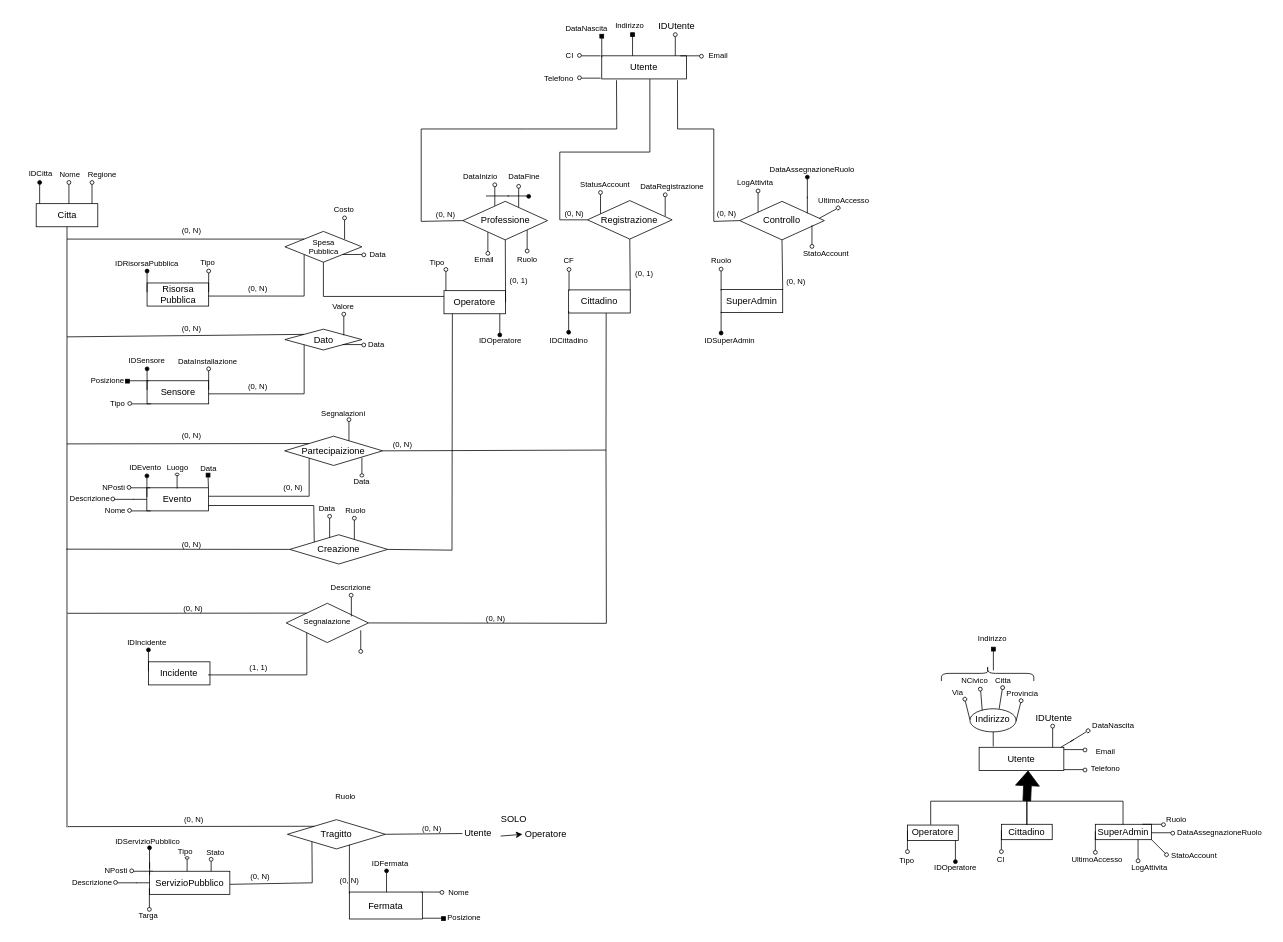
This is Diagramma senza titolo.drawio from mattebest045/UrbanBrain, a draw.io file, before an edit. Source tidied: cells renumbered, new cells numbered last; positions are measured from the earlier drawing's top-left corner, leaving out a move shared by most shapes. Both pictures are drawn from the tidied source at 77%, with x=0, y=0 at pixel (13, 13).
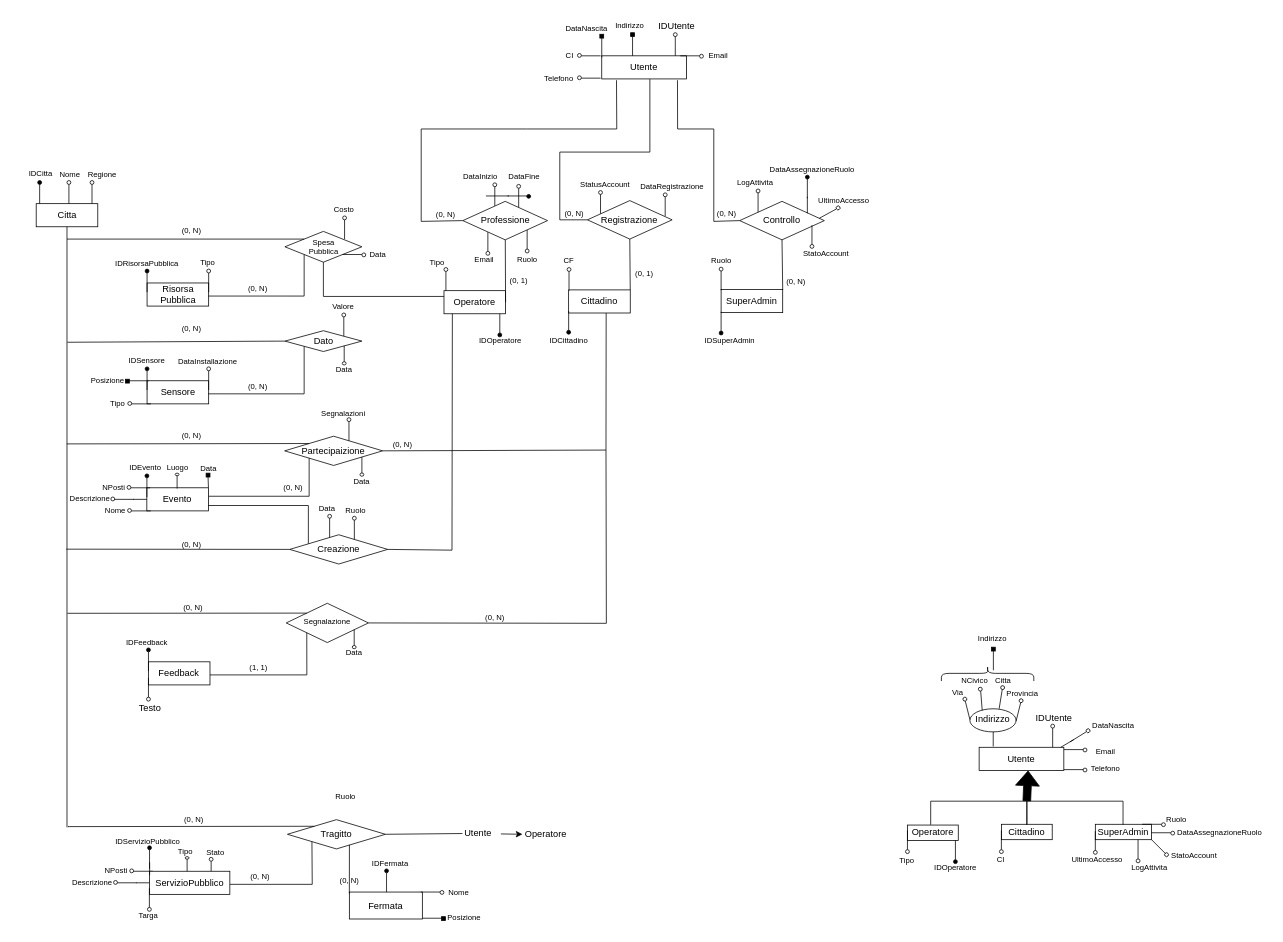
The same page after the edit.

Unchanged cells that the change refers to:
```xml
<mxCell id="181" value="&lt;span style=&quot;font-size: 10px;&quot;&gt;Segnalazione&lt;/span&gt;" style="rhombus;whiteSpace=wrap;html=1;align=center;verticalAlign=top;fontFamily=Helvetica;fontSize=12;fontColor=default;fillColor=none;gradientColor=none;spacing=0;spacingTop=12;" parent="1" vertex="1">
  <mxGeometry x="354.2" y="766" width="106.8" height="51" as="geometry" />
</mxCell>
<mxCell id="203" value="&lt;div style=&quot;padding-top: 3px;&quot;&gt;&lt;span style=&quot;background-color: initial;&quot;&gt;Tragitto&lt;/span&gt;&lt;br&gt;&lt;/div&gt;" style="rhombus;whiteSpace=wrap;html=1;align=center;verticalAlign=top;fontFamily=Helvetica;fontSize=12;fontColor=default;fillColor=none;gradientColor=none;spacingTop=2;" parent="1" vertex="1">
  <mxGeometry x="355.8" y="1047" width="127.2" height="38" as="geometry" />
</mxCell>
<mxCell id="219" value="Utente" style="text;html=1;align=center;verticalAlign=middle;points=[];strokeColor=none;fillColor=none;fontFamily=Helvetica;fontSize=12;fontColor=default;" parent="1" vertex="1">
  <mxGeometry x="573" y="1050" width="60" height="30" as="geometry" />
</mxCell>
<mxCell id="224" value="ServizioPubblico" style="rounded=0;whiteSpace=wrap;html=1;" parent="1" vertex="1">
  <mxGeometry x="176.8" y="1114" width="104.2" height="30" as="geometry" />
</mxCell>
<mxCell id="367" value="&lt;div style=&quot;padding-top: 3px;&quot;&gt;&lt;span style=&quot;background-color: initial;&quot;&gt;Creazione&lt;/span&gt;&lt;br&gt;&lt;/div&gt;" style="rhombus;whiteSpace=wrap;html=1;align=center;verticalAlign=top;fontFamily=Helvetica;fontSize=12;fontColor=default;fillColor=none;gradientColor=none;spacingTop=2;" parent="1" vertex="1">
  <mxGeometry x="358.8" y="677" width="127.2" height="38" as="geometry" />
</mxCell>
```

The edit, as a diff of the source:
```diff
@@
     <mxCell id="118" value="&lt;div style=&quot;&quot;&gt;&lt;span style=&quot;background-color: initial;&quot;&gt;Dato&lt;/span&gt;&lt;br&gt;&lt;/div&gt;" style="rhombus;whiteSpace=wrap;html=1;align=center;verticalAlign=top;fontFamily=Helvetica;fontSize=12;fontColor=default;fillColor=none;gradientColor=none;" parent="1" vertex="1">
-      <mxGeometry x="352.5" y="410" width="100" height="27" as="geometry" />
+      <mxGeometry x="352.5" y="412" width="100" height="27" as="geometry" />
     </mxCell>
@@
     <mxCell id="122" style="group;align=center;verticalAlign=top;fontFamily=Helvetica;fontSize=12;fontColor=default;fillColor=none;gradientColor=none;" parent="1" vertex="1">
-      <mxGeometry x="426.5" y="388" width="5" height="30" as="geometry" />
+      <mxGeometry x="426.5" y="389" width="5" height="30" as="geometry" />
     </mxCell>
@@
-    <mxCell id="125" style="group;direction=east;rotation=-90;align=center;verticalAlign=top;fontFamily=Helvetica;fontSize=12;fontColor=default;fillColor=none;gradientColor=none;" parent="1" vertex="1">
-      <mxGeometry x="439.5" y="415" width="5" height="30" as="geometry" />
-    </mxCell>
-    <mxCell id="126" style="endArrow=none;html=1;rounded=0;fontFamily=Helvetica;fontSize=12;fontColor=default;entryX=0;entryY=0;entryDx=0;entryDy=0;" parent="125" edge="1">
-      <mxGeometry relative="1" as="geometry">
-        <mxPoint x="-12" y="15" as="sourcePoint" />
-        <mxPoint x="13" y="15" as="targetPoint" />
-      </mxGeometry>
-    </mxCell>
-    <mxCell id="127" style="ellipse;whiteSpace=wrap;html=1;align=center;verticalAlign=top;fontFamily=Helvetica;fontSize=12;fontColor=default;fillColor=none;gradientColor=none;rotation=-90;" parent="125" vertex="1">
-      <mxGeometry x="13" y="13" width="5" height="5" as="geometry" />
-    </mxCell>
-    <mxCell id="128" value="Data" style="text;html=1;align=center;verticalAlign=middle;strokeColor=none;fillColor=none;fontFamily=Helvetica;fontSize=10;fontColor=default;" parent="1" vertex="1">
-      <mxGeometry x="451" y="415" width="40" height="30" as="geometry" />
-    </mxCell>
-    <mxCell id="129" style="endArrow=none;html=1;rounded=0;fontFamily=Helvetica;fontSize=12;fontColor=default;exitX=0;exitY=0;exitDx=0;exitDy=0;" parent="1" edge="1" source="118">
+    <mxCell id="129" style="endArrow=none;html=1;rounded=0;fontFamily=Helvetica;fontSize=12;fontColor=default;exitX=0;exitY=0.5;exitDx=0;exitDy=0;" parent="1" edge="1" source="118">
       <mxGeometry relative="1" as="geometry">
-        <mxPoint x="69.5" y="420" as="targetPoint" />
-        <Array as="points">
-          <mxPoint x="69.5" y="420" />
-        </Array>
+        <mxPoint x="70" y="427" as="targetPoint" />
       </mxGeometry>
     </mxCell>
@@
     <mxCell id="174" style="group;" parent="1" vertex="1">
-      <mxGeometry x="450" y="577" width="5" height="25" as="geometry" />
+      <mxGeometry x="450" y="576" width="5" height="25" as="geometry" />
     </mxCell>
@@
-    <mxCell id="177" value="Incidente" style="rounded=0;whiteSpace=wrap;html=1;" parent="1" vertex="1">
+    <mxCell id="177" value="Feedback" style="rounded=0;whiteSpace=wrap;html=1;" parent="1" vertex="1">
       <mxGeometry x="175.2" y="842" width="80" height="30" as="geometry" />
     </mxCell>
@@
-    <mxCell id="182" style="endArrow=none;html=1;rounded=0;fontFamily=Helvetica;fontSize=12;fontColor=default;entryX=0;entryY=1;entryDx=0;entryDy=0;exitX=0.995;exitY=0.566;exitDx=0;exitDy=0;exitPerimeter=0;" parent="1" edge="1" target="181">
+    <mxCell id="182" style="endArrow=none;html=1;rounded=0;fontFamily=Helvetica;fontSize=12;fontColor=default;entryX=0;entryY=1;entryDx=0;entryDy=0;exitX=1;exitY=0.567;exitDx=0;exitDy=0;exitPerimeter=0;" parent="1" edge="1" source="177" target="181">
       <mxGeometry relative="1" as="geometry">
-        <mxPoint x="252.8" y="859" as="sourcePoint" />
         <Array as="points">
           <mxPoint x="381" y="859" />
         </Array>
       </mxGeometry>
     </mxCell>
     <mxCell id="183" value="(0, N)" style="text;html=1;align=center;verticalAlign=middle;strokeColor=none;fillColor=none;fontFamily=Helvetica;fontSize=10;fontColor=default;" parent="1" vertex="1">
-      <mxGeometry x="207.8" y="757" width="50" height="30" as="geometry" />
+      <mxGeometry x="207.8" y="756" width="50" height="30" as="geometry" />
     </mxCell>
@@
-    <mxCell id="185" style="group;align=center;verticalAlign=top;fontFamily=Helvetica;fontSize=12;fontColor=default;fillColor=none;gradientColor=none;" parent="1" vertex="1">
-      <mxGeometry x="434.8" y="664" width="5" height="30" as="geometry" />
-    </mxCell>
-    <mxCell id="186" style="endArrow=none;html=1;rounded=0;fontFamily=Helvetica;fontSize=12;fontColor=default;entryX=0;entryY=0;entryDx=0;entryDy=0;" parent="185" edge="1">
-      <mxGeometry relative="1" as="geometry">
-        <mxPoint x="4" y="119" as="sourcePoint" />
-        <mxPoint x="4" y="94" as="targetPoint" />
-      </mxGeometry>
-    </mxCell>
-    <mxCell id="187" value="Descrizione" style="text;html=1;align=center;verticalAlign=middle;strokeColor=none;fillColor=none;fontFamily=Helvetica;fontSize=10;fontColor=default;" parent="1" vertex="1">
-      <mxGeometry x="397.8" y="730" width="80" height="30" as="geometry" />
-    </mxCell>
@@
-    <mxCell id="189" value="IDIncidente" style="text;html=1;align=center;verticalAlign=middle;strokeColor=none;fillColor=none;fontFamily=Helvetica;fontSize=10;fontColor=default;" parent="1" vertex="1">
-      <mxGeometry x="137.8" y="802" width="70" height="30" as="geometry" />
+    <mxCell id="189" value="IDFeedback" style="text;html=1;align=center;verticalAlign=middle;strokeColor=none;fillColor=none;fontFamily=Helvetica;fontSize=10;fontColor=default;" parent="1" vertex="1">
+      <mxGeometry x="132.8" y="802" width="80" height="30" as="geometry" />
     </mxCell>
     <mxCell id="190" style="group;" parent="1" vertex="1">
-      <mxGeometry x="448.5" y="801" width="5" height="30" as="geometry" />
+      <mxGeometry x="172.8" y="863" width="5" height="30" as="geometry" />
     </mxCell>
@@
     <mxCell id="193" value="(0, N)" style="text;html=1;align=center;verticalAlign=middle;strokeColor=none;fillColor=none;fontFamily=Helvetica;fontSize=10;fontColor=default;" parent="1" vertex="1">
-      <mxGeometry x="601" y="770" width="50" height="30" as="geometry" />
+      <mxGeometry x="600" y="769" width="50" height="30" as="geometry" />
     </mxCell>
@@
     <mxCell id="204" style="endArrow=none;html=1;rounded=0;fontFamily=Helvetica;fontSize=12;fontColor=default;entryX=0;entryY=1;entryDx=0;entryDy=0;exitX=0.995;exitY=0.566;exitDx=0;exitDy=0;exitPerimeter=0;" parent="1" edge="1" source="224" target="203">
       <mxGeometry relative="1" as="geometry">
         <Array as="points">
-          <mxPoint x="388" y="1129" />
+          <mxPoint x="388" y="1131" />
         </Array>
       </mxGeometry>
     </mxCell>
@@
-    <mxCell id="220" value="(0, N)" style="text;html=1;align=center;verticalAlign=middle;strokeColor=none;fillColor=none;fontFamily=Helvetica;fontSize=10;fontColor=default;" parent="1" vertex="1">
-      <mxGeometry x="518" y="1043" width="50" height="30" as="geometry" />
-    </mxCell>
@@
-    <mxCell id="245" style="endArrow=classic;html=1;rounded=0;fontFamily=Helvetica;fontSize=12;fontColor=default;exitX=0.995;exitY=0.61;exitDx=0;exitDy=0;exitPerimeter=0;" parent="1" edge="1" source="219">
+    <mxCell id="245" style="endArrow=classic;html=1;rounded=0;fontFamily=Helvetica;fontSize=12;fontColor=default;" parent="1" edge="1" source="219">
       <mxGeometry relative="1" as="geometry">
         <mxPoint x="661" y="1066" as="targetPoint" />
       </mxGeometry>
     </mxCell>
@@
-    <mxCell id="247" value="SOLO" style="text;html=1;align=center;verticalAlign=middle;whiteSpace=wrap;rounded=0;fontFamily=Helvetica;fontSize=12;fontColor=default;" parent="1" vertex="1">
-      <mxGeometry x="620" y="1032" width="60" height="30" as="geometry" />
-    </mxCell>
@@
-    <mxCell id="366" style="ellipse;whiteSpace=wrap;html=1;align=center;verticalAlign=top;fontFamily=Helvetica;fontSize=12;fontColor=default;fillColor=none;gradientColor=none;rotation=-180;" parent="1" vertex="1">
-      <mxGeometry x="436" y="753" width="5" height="5" as="geometry" />
-    </mxCell>
@@
-    <mxCell id="369" style="endArrow=none;html=1;rounded=0;fontFamily=Helvetica;fontSize=12;fontColor=default;entryX=0;entryY=0;entryDx=0;entryDy=0;" parent="1" edge="1" target="367">
+    <mxCell id="369" style="endArrow=none;html=1;rounded=0;fontFamily=Helvetica;fontSize=12;fontColor=default;entryX=0.19;entryY=0.302;entryDx=0;entryDy=0;entryPerimeter=0;" parent="1" edge="1" target="367">
       <mxGeometry relative="1" as="geometry">
         <mxPoint x="253" y="639" as="sourcePoint" />
         <Array as="points">
-          <mxPoint x="390" y="639" />
+          <mxPoint x="383" y="639" />
         </Array>
       </mxGeometry>
     </mxCell>
@@
+    <mxCell id="387" value="Testo" style="text;html=1;align=center;verticalAlign=middle;strokeColor=none;fillColor=none;" parent="1" vertex="1">
+      <mxGeometry x="151.8" y="887" width="50" height="30" as="geometry" />
+    </mxCell>
+    <mxCell id="388" value="Data" style="text;html=1;align=center;verticalAlign=middle;strokeColor=none;fillColor=none;fontFamily=Helvetica;fontSize=10;fontColor=default;" parent="1" vertex="1">
+      <mxGeometry x="422" y="815" width="40" height="30" as="geometry" />
+    </mxCell>
+    <mxCell id="389" style="group;" parent="1" vertex="1">
+      <mxGeometry x="440" y="800" width="5" height="25" as="geometry" />
+    </mxCell>
+    <mxCell id="390" style="endArrow=none;html=1;rounded=0;fontFamily=Helvetica;fontSize=12;fontColor=default;entryX=0;entryY=0;entryDx=0;entryDy=0;" parent="389" edge="1">
+      <mxGeometry relative="1" as="geometry">
+        <mxPoint x="2.5" as="sourcePoint" />
+        <mxPoint x="2.5" y="20.8" as="targetPoint" />
+      </mxGeometry>
+    </mxCell>
+    <mxCell id="391" style="ellipse;whiteSpace=wrap;html=1;align=center;verticalAlign=top;fontFamily=Helvetica;fontSize=12;fontColor=default;fillColor=none;gradientColor=none;rotation=0;" parent="389" vertex="1">
+      <mxGeometry y="20.8" width="5" height="4.2" as="geometry" />
+    </mxCell>
+    <mxCell id="392" value="Data" style="text;html=1;align=center;verticalAlign=middle;strokeColor=none;fillColor=none;fontFamily=Helvetica;fontSize=10;fontColor=default;" parent="1" vertex="1">
+      <mxGeometry x="409" y="446.5" width="40" height="30" as="geometry" />
+    </mxCell>
+    <mxCell id="393" style="group;" parent="1" vertex="1">
+      <mxGeometry x="427" y="431.5" width="5" height="25" as="geometry" />
+    </mxCell>
+    <mxCell id="394" style="endArrow=none;html=1;rounded=0;fontFamily=Helvetica;fontSize=12;fontColor=default;entryX=0;entryY=0;entryDx=0;entryDy=0;" parent="393" edge="1">
+      <mxGeometry relative="1" as="geometry">
+        <mxPoint x="2.5" as="sourcePoint" />
+        <mxPoint x="2.5" y="20.8" as="targetPoint" />
+      </mxGeometry>
+    </mxCell>
+    <mxCell id="395" style="ellipse;whiteSpace=wrap;html=1;align=center;verticalAlign=top;fontFamily=Helvetica;fontSize=12;fontColor=default;fillColor=none;gradientColor=none;rotation=0;" parent="393" vertex="1">
+      <mxGeometry y="20.8" width="5" height="4.2" as="geometry" />
+    </mxCell>
```
